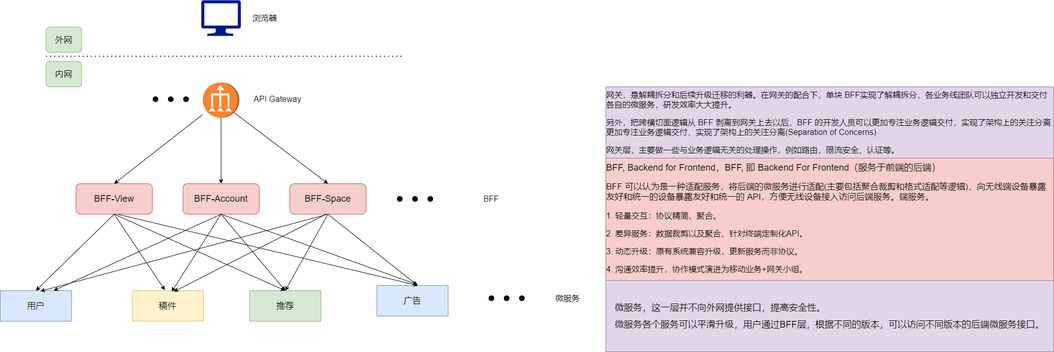
This is go进阶训练营/微服务-APIGateway.png from Nevermore12321/LeetCode, a draw.io export, as it was before one commit. Source tidied: cells renumbered, new cells last; positions are measured from the earlier drawing's top-left corner, leaving out a move shared by most shapes.
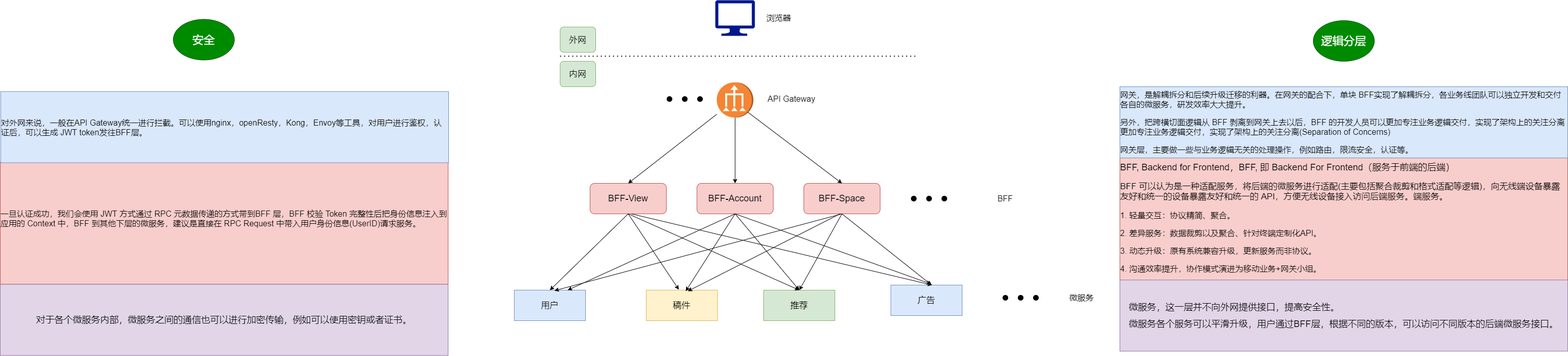
The same diagram one commit later.

Change to the diagram source:
```diff
@@ -137,8 +137,23 @@
     <mxCell id="43" value="&lt;p style=&quot;text-align: left&quot;&gt;&lt;span style=&quot;font-size: 18px&quot;&gt;微服务，这一层并不向外网提供接口，提高安全性。&lt;/span&gt;&lt;/p&gt;&lt;p style=&quot;text-align: left&quot;&gt;&lt;span style=&quot;font-size: 18px&quot;&gt;微服务各个服务可以平滑升级，用户通过BFF层，根据不同的版本，可以访问不同版本的后端微服务接口。&lt;/span&gt;&lt;/p&gt;&lt;p&gt;&lt;/p&gt;" style="text;html=1;strokeColor=#9673a6;fillColor=#e1d5e7;align=center;verticalAlign=middle;whiteSpace=wrap;rounded=0;" parent="1" vertex="1">
       <mxGeometry x="1190" y="550" width="880" height="140" as="geometry" />
     </mxCell>
-    <mxCell id="44" value="&lt;p style=&quot;text-align: left ; font-size: 16px&quot;&gt;&lt;span class=&quot;fontstyle0&quot;&gt;网关，是解耦拆分&lt;/span&gt;&lt;span class=&quot;fontstyle0&quot; style=&quot;text-align: center&quot;&gt;和后续升级迁移的利器。在网关的配合下，单块 &lt;/span&gt;&lt;span class=&quot;fontstyle2&quot; style=&quot;text-align: center&quot;&gt;BFF&lt;/span&gt;&lt;span class=&quot;fontstyle0&quot; style=&quot;text-align: center&quot;&gt;实现了解耦拆分，各业务线团队可以独立开发和交付各&lt;/span&gt;&lt;span class=&quot;fontstyle0&quot; style=&quot;text-align: center&quot;&gt;自的微服务，研发效率大大提升。&lt;/span&gt;&lt;/p&gt;&lt;p style=&quot;text-align: left ; font-size: 16px&quot;&gt;&lt;span class=&quot;fontstyle0&quot; style=&quot;text-align: center&quot;&gt;另外，把跨横切面逻&lt;/span&gt;&lt;span class=&quot;fontstyle0&quot; style=&quot;text-align: center&quot;&gt;辑从 &lt;/span&gt;&lt;span class=&quot;fontstyle2&quot; style=&quot;text-align: center&quot;&gt;BFF &lt;/span&gt;&lt;span class=&quot;fontstyle0&quot; style=&quot;text-align: center&quot;&gt;剥离到网关上去以后，&lt;/span&gt;&lt;span class=&quot;fontstyle2&quot; style=&quot;text-align: center&quot;&gt;BFF &lt;/span&gt;&lt;span class=&quot;fontstyle0&quot; style=&quot;text-align: center&quot;&gt;的开发人员可以更加专注业务逻辑交付，实现了架构上的关注分离&lt;/span&gt;&lt;span class=&quot;fontstyle0&quot; style=&quot;text-align: center&quot;&gt;更加专注业务逻辑交付，实现了架构上的关注分离&lt;/span&gt;&lt;span class=&quot;fontstyle2&quot; style=&quot;text-align: center&quot;&gt;(Separation of Concerns)&lt;/span&gt;&lt;/p&gt;&lt;p style=&quot;text-align: left ; font-size: 16px&quot;&gt;网关层，主要做一些与业务逻辑无关的处理操作，例如路由，限流安全，认证等。&lt;/p&gt;&lt;p&gt;&lt;/p&gt;&lt;p&gt;&lt;/p&gt;" style="text;html=1;strokeColor=#9673a6;fillColor=#e1d5e7;align=center;verticalAlign=middle;whiteSpace=wrap;rounded=0;" parent="1" vertex="1">
+    <mxCell id="44" value="&lt;p style=&quot;text-align: left ; font-size: 16px&quot;&gt;&lt;span class=&quot;fontstyle0&quot;&gt;网关，是解耦拆分&lt;/span&gt;&lt;span class=&quot;fontstyle0&quot; style=&quot;text-align: center&quot;&gt;和后续升级迁移的利器。在网关的配合下，单块 &lt;/span&gt;&lt;span class=&quot;fontstyle2&quot; style=&quot;text-align: center&quot;&gt;BFF&lt;/span&gt;&lt;span class=&quot;fontstyle0&quot; style=&quot;text-align: center&quot;&gt;实现了解耦拆分，各业务线团队可以独立开发和交付各&lt;/span&gt;&lt;span class=&quot;fontstyle0&quot; style=&quot;text-align: center&quot;&gt;自的微服务，研发效率大大提升。&lt;/span&gt;&lt;/p&gt;&lt;p style=&quot;text-align: left ; font-size: 16px&quot;&gt;&lt;span class=&quot;fontstyle0&quot; style=&quot;text-align: center&quot;&gt;另外，把跨横切面逻&lt;/span&gt;&lt;span class=&quot;fontstyle0&quot; style=&quot;text-align: center&quot;&gt;辑从 &lt;/span&gt;&lt;span class=&quot;fontstyle2&quot; style=&quot;text-align: center&quot;&gt;BFF &lt;/span&gt;&lt;span class=&quot;fontstyle0&quot; style=&quot;text-align: center&quot;&gt;剥离到网关上去以后，&lt;/span&gt;&lt;span class=&quot;fontstyle2&quot; style=&quot;text-align: center&quot;&gt;BFF &lt;/span&gt;&lt;span class=&quot;fontstyle0&quot; style=&quot;text-align: center&quot;&gt;的开发人员可以更加专注业务逻辑交付，实现了架构上的关注分离&lt;/span&gt;&lt;span class=&quot;fontstyle0&quot; style=&quot;text-align: center&quot;&gt;更加专注业务逻辑交付，实现了架构上的关注分离&lt;/span&gt;&lt;span class=&quot;fontstyle2&quot; style=&quot;text-align: center&quot;&gt;(Separation of Concerns)&lt;/span&gt;&lt;/p&gt;&lt;p style=&quot;text-align: left ; font-size: 16px&quot;&gt;网关层，主要做一些与业务逻辑无关的处理操作，例如路由，限流安全，认证等。&lt;/p&gt;&lt;p&gt;&lt;/p&gt;&lt;p&gt;&lt;/p&gt;" style="text;html=1;strokeColor=#6c8ebf;fillColor=#dae8fc;align=center;verticalAlign=middle;whiteSpace=wrap;rounded=0;" parent="1" vertex="1">
       <mxGeometry x="1190" y="170" width="880" height="140" as="geometry" />
     </mxCell>
+    <mxCell id="45" value="&lt;p style=&quot;text-align: left ; font-size: 16px&quot;&gt;&lt;span class=&quot;fontstyle0&quot;&gt;一旦认证成功，我们会使用 &lt;/span&gt;&lt;span class=&quot;fontstyle2&quot;&gt;JWT &lt;/span&gt;&lt;span class=&quot;fontstyle0&quot;&gt;方式通过 &lt;/span&gt;&lt;span class=&quot;fontstyle2&quot;&gt;RPC &lt;/span&gt;&lt;span class=&quot;fontstyle0&quot;&gt;元数据传递的方式带到&lt;/span&gt;&lt;span class=&quot;fontstyle2&quot;&gt;BFF &lt;/span&gt;&lt;span class=&quot;fontstyle0&quot;&gt;层，&lt;/span&gt;&lt;span class=&quot;fontstyle2&quot;&gt;BFF &lt;/span&gt;&lt;span class=&quot;fontstyle0&quot;&gt;校验 &lt;/span&gt;&lt;span class=&quot;fontstyle2&quot;&gt;Token &lt;/span&gt;&lt;span class=&quot;fontstyle0&quot;&gt;完整性后把身份信息注入到应用的 &lt;/span&gt;&lt;span class=&quot;fontstyle2&quot;&gt;Context &lt;/span&gt;&lt;span class=&quot;fontstyle0&quot;&gt;中，&lt;/span&gt;&lt;span class=&quot;fontstyle2&quot;&gt;BFF &lt;/span&gt;&lt;span class=&quot;fontstyle0&quot;&gt;到其他下层的微服务，建议是直接在 &lt;/span&gt;&lt;span class=&quot;fontstyle2&quot;&gt;RPC Request &lt;/span&gt;&lt;span class=&quot;fontstyle0&quot;&gt;中带入用户身份信息&lt;/span&gt;&lt;span class=&quot;fontstyle2&quot;&gt;(UserID)&lt;/span&gt;&lt;span class=&quot;fontstyle0&quot;&gt;请求服务。&lt;/span&gt; &lt;br&gt;&lt;br style=&quot;line-height: normal&quot;&gt;&lt;/p&gt;&lt;p&gt;&lt;/p&gt;" style="text;html=1;strokeColor=#b85450;fillColor=#f8cecc;align=center;verticalAlign=middle;whiteSpace=wrap;rounded=0;" parent="1" vertex="1">
+      <mxGeometry x="-1010" y="318.5" width="880" height="240" as="geometry" />
+    </mxCell>
+    <mxCell id="46" value="&lt;p style=&quot;text-align: left&quot;&gt;&lt;span style=&quot;font-size: 18px&quot;&gt;对于各个微服务内部，微服务之间的通信也可以进行加密传输，例如可以使用密钥或者证书。&lt;/span&gt;&lt;br&gt;&lt;/p&gt;&lt;p&gt;&lt;/p&gt;" style="text;html=1;strokeColor=#9673a6;fillColor=#e1d5e7;align=center;verticalAlign=middle;whiteSpace=wrap;rounded=0;" parent="1" vertex="1">
+      <mxGeometry x="-1010" y="558.5" width="880" height="140" as="geometry" />
+    </mxCell>
+    <mxCell id="47" value="&lt;p style=&quot;text-align: left ; font-size: 16px&quot;&gt;对外网来说，一般在API Gateway统一进行拦截。可以使用nginx，openResty，Kong，Envoy等工具，对用户进行鉴权，认证后，可以生成 JWT token发往BFF层。&lt;/p&gt;&lt;p&gt;&lt;/p&gt;&lt;p&gt;&lt;/p&gt;" style="text;html=1;strokeColor=#6c8ebf;fillColor=#dae8fc;align=center;verticalAlign=middle;whiteSpace=wrap;rounded=0;" parent="1" vertex="1">
+      <mxGeometry x="-1009" y="179.5" width="880" height="140" as="geometry" />
+    </mxCell>
+    <mxCell id="48" value="&lt;font style=&quot;font-size: 22px&quot;&gt;逻辑分层&lt;/font&gt;" style="ellipse;whiteSpace=wrap;html=1;fillColor=#008a00;strokeColor=#005700;fontColor=#ffffff;" parent="1" vertex="1">
+      <mxGeometry x="1570" y="40" width="120" height="80" as="geometry" />
+    </mxCell>
+    <mxCell id="49" value="&lt;span style=&quot;font-size: 22px&quot;&gt;安全&lt;br&gt;&lt;/span&gt;" style="ellipse;whiteSpace=wrap;html=1;fillColor=#008a00;strokeColor=#005700;fontColor=#ffffff;" parent="1" vertex="1">
+      <mxGeometry x="-670" y="37.5" width="120" height="80" as="geometry" />
+    </mxCell>
   </root>
 </mxGraphModel>
```
